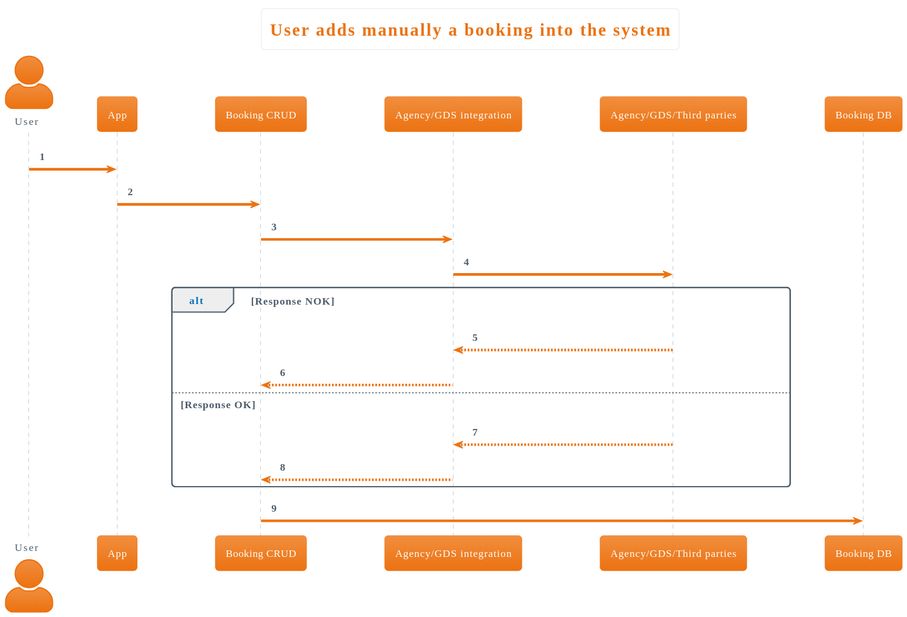
Earlier version of the PlantUML export doc/use_cases/user_add_booking_manually.svg (relic-da/ArchEnemies). Its diagram source:
```plantuml
@startuml
title User adds manually a booking into the system
!theme aws-orange
skinparam BackgroundColor white
skinparam actorstyle awesome
autonumber 1

actor "User" as user
participant "App" as app
participant "Booking CRUD" as booking_crud
participant "Agency/GDS integration" as agency_int
participant "Agency/GDS/Third parties" as third_parties
participant "Booking DB" as booking_db

user -> app
app -> booking_crud
booking_crud -> agency_int
agency_int -> third_parties
alt Response NOK
   third_parties --> agency_int
   agency_int --> booking_crud
else Response OK
   third_parties --> agency_int
   agency_int --> booking_crud
end

booking_crud -> booking_db
@enduml
```
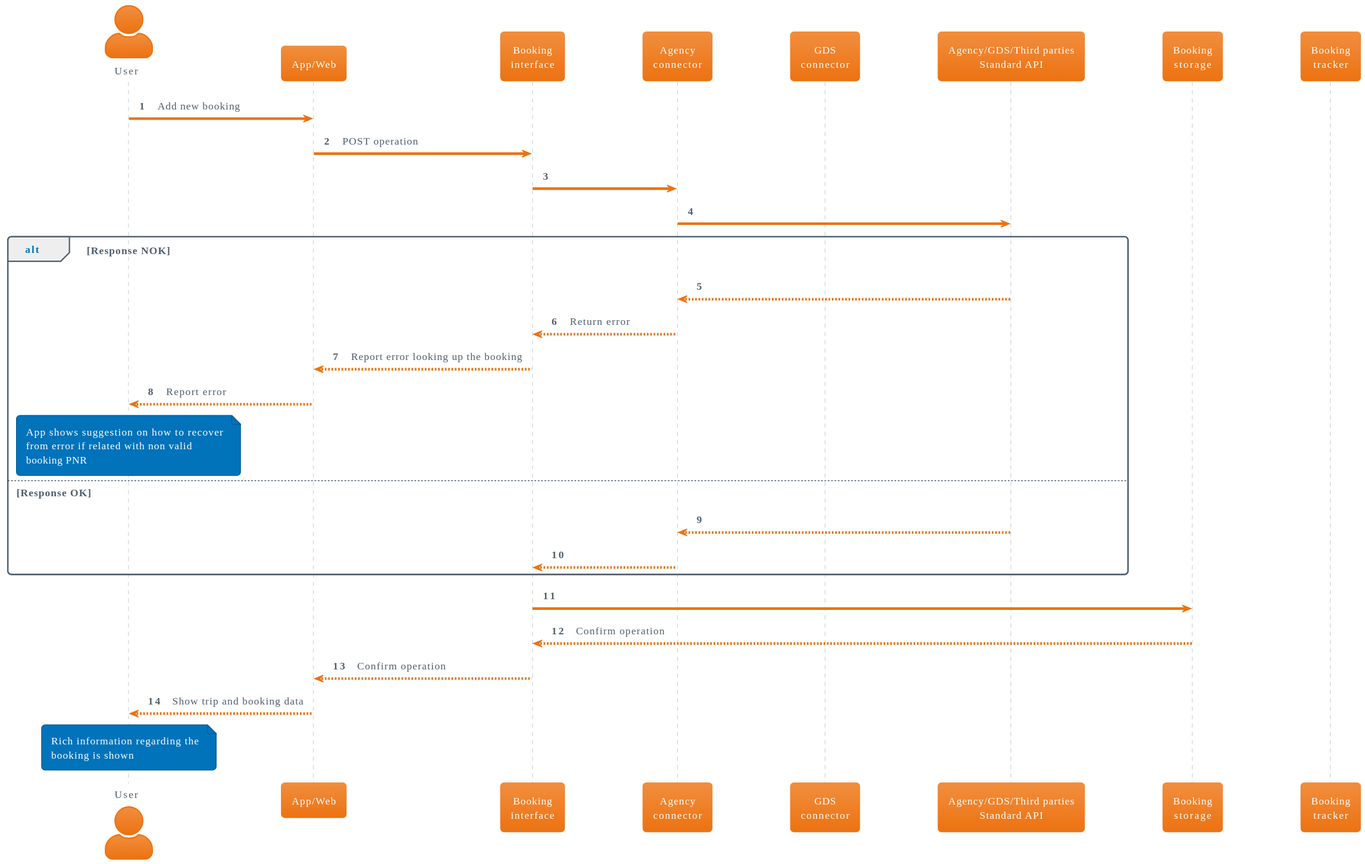
Later version of the same file.

Commit message:
Update WIP use case and template

The edit, as a diff of the source:
```diff
@@ -1,28 +1,45 @@
 @startuml
-title User adds manually a booking into the system
 !theme aws-orange
+
 skinparam BackgroundColor white
 skinparam actorstyle awesome
 autonumber 1
 
 actor "User" as user
-participant "App" as app
-participant "Booking CRUD" as booking_crud
-participant "Agency/GDS integration" as agency_int
-participant "Agency/GDS/Third parties" as third_parties
-participant "Booking DB" as booking_db
+participant "App/Web" as app
+participant "Booking\ninterface" as booking_interface
+participant "Agency\nconnector" as agency_connector
+participant "GDS\nconnector" as gds_connector
+participant "Agency/GDS/Third parties\nStandard API" as third_parties
+participant "Booking\nstorage" as booking_storage
+participant "Booking\ntracker" as booking_tracker
 
-user -> app
-app -> booking_crud
-booking_crud -> agency_int
-agency_int -> third_parties
+user -> app: Add new booking
+app -> booking_interface: POST operation
+booking_interface -> agency_connector
+agency_connector -> third_parties
+
 alt Response NOK
-   third_parties --> agency_int
-   agency_int --> booking_crud
+   third_parties --> agency_connector
+   agency_connector --> booking_interface: Return error
+   booking_interface --> app: Report error looking up the booking
+   app --> user: Report error
+   note over user
+      App shows suggestion on how to recover
+      from error if related with non valid
+      booking PNR
+   end note
 else Response OK
-   third_parties --> agency_int
-   agency_int --> booking_crud
+   third_parties --> agency_connector
+   agency_connector --> booking_interface
 end
 
-booking_crud -> booking_db
+booking_interface -> booking_storage
+return Confirm operation
+booking_interface --> app: Confirm operation
+app --> user: Show trip and booking data
+note over user
+   Rich information regarding the
+   booking is shown
+end note
 @enduml
```
